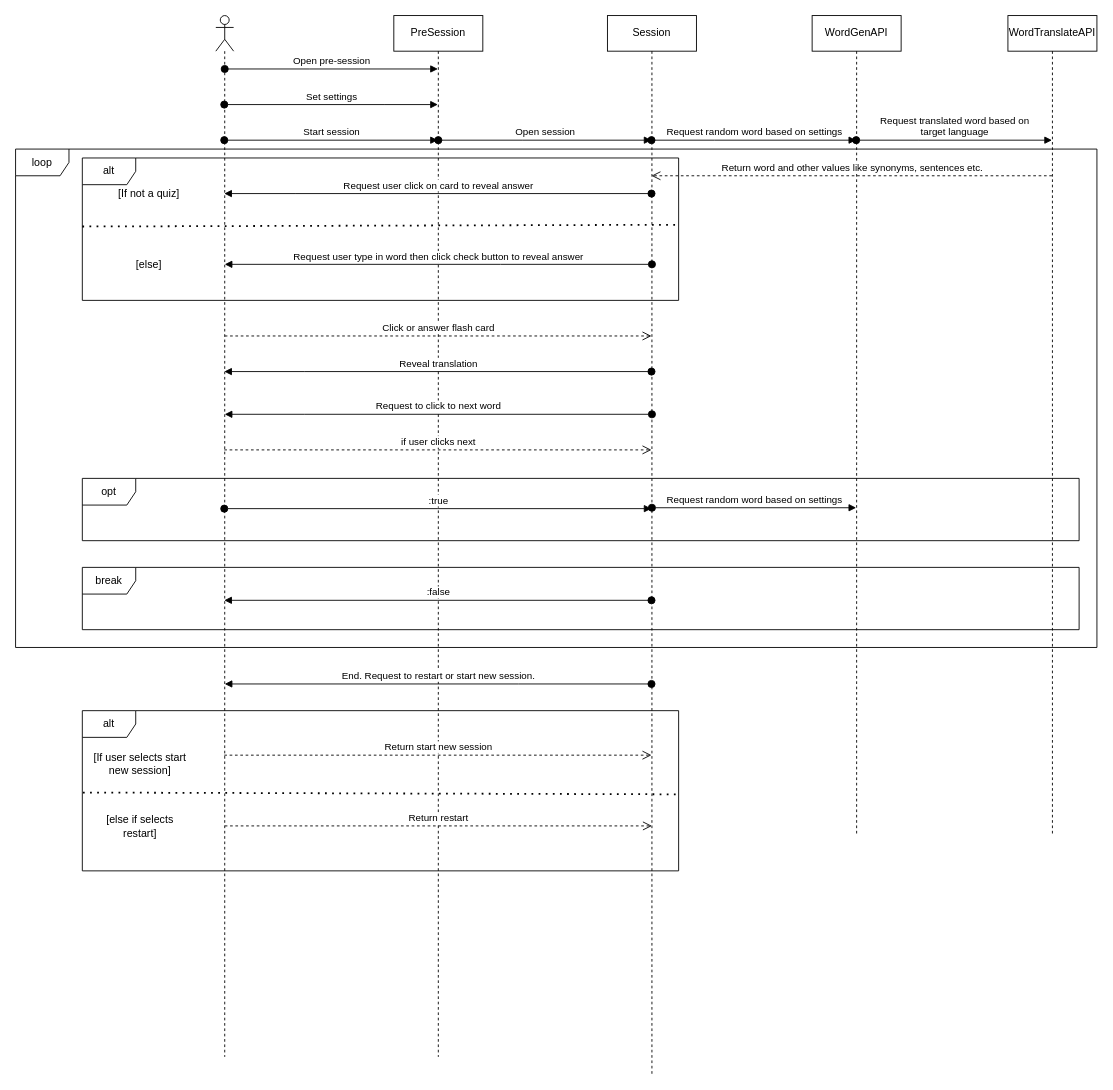
This is docs/diagrams/sequence/linguaFlashSessionSequenceDiagram.drawio from empty-works/lingua-flash, a draw.io file, before an edit. Source tidied: cells renumbered, new cells numbered last; positions are measured from the earlier drawing's top-left corner, leaving out a move shared by most shapes. Both pictures are drawn from the tidied source at 89%, with x=0, y=0 at pixel (15, 15).
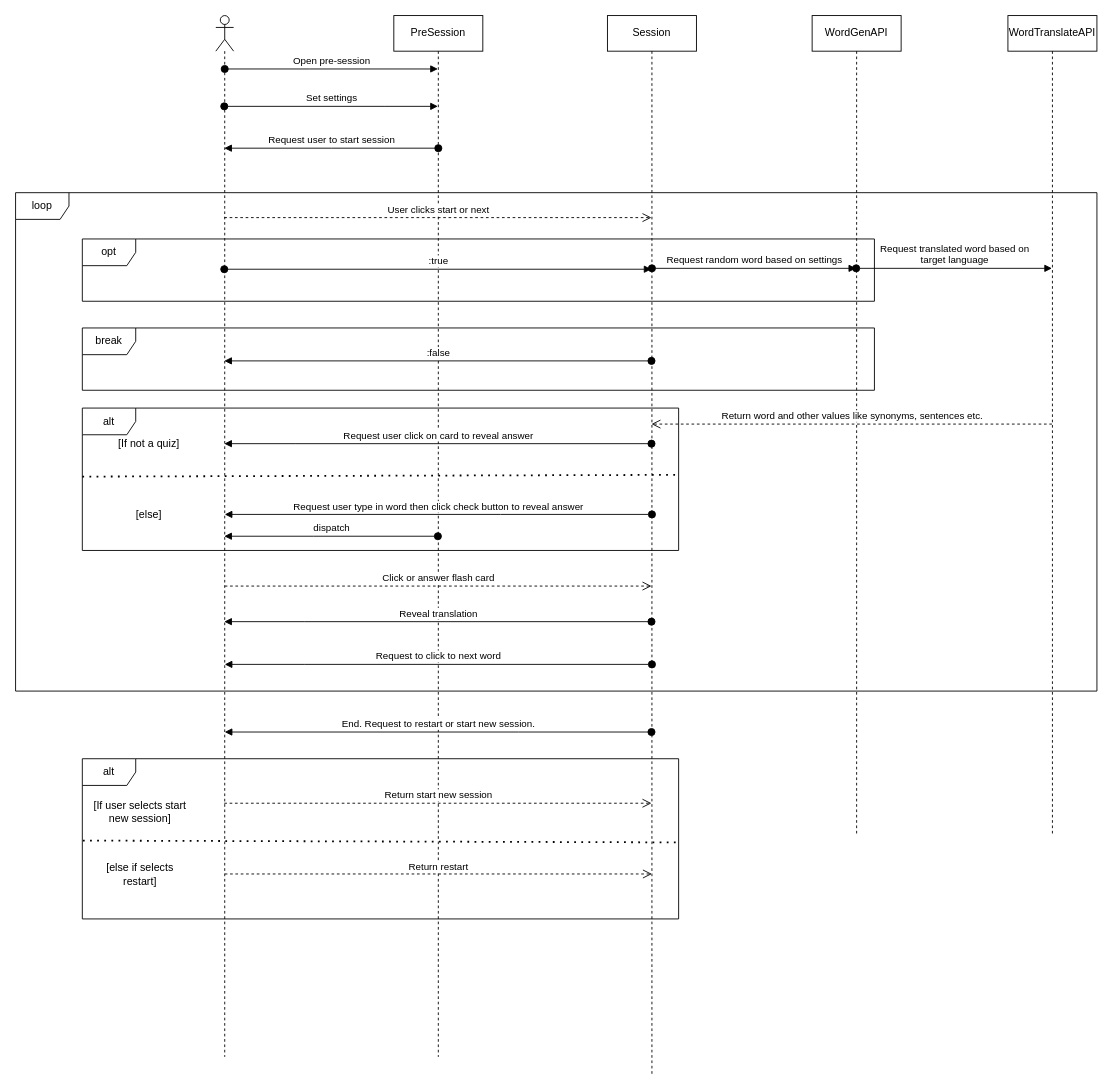
The same diagram, later.

Commit message:
Update linguaFlashSessionSequenceDiagram.drawio - updated diagram so the loop makes more sense

Unchanged cells that the change refers to:
```xml
<mxCell id="2" style="shape=umlLifeline;perimeter=lifelinePerimeter;whiteSpace=wrap;html=1;outlineConnect=0;portConstraint=eastwest;newEdgeStyle={&quot;edgeStyle&quot;:&quot;elbowEdgeStyle&quot;,&quot;elbow&quot;:&quot;vertical&quot;,&quot;curved&quot;:0,&quot;rounded&quot;:0};participant=umlActor;" parent="1" vertex="1">
  <mxGeometry x="225" width="20" height="1170" as="geometry" />
</mxCell>
<mxCell id="3" value="PreSession" style="shape=umlLifeline;perimeter=lifelinePerimeter;whiteSpace=wrap;html=1;outlineConnect=0;portConstraint=eastwest;newEdgeStyle={&quot;edgeStyle&quot;:&quot;elbowEdgeStyle&quot;,&quot;elbow&quot;:&quot;vertical&quot;,&quot;curved&quot;:0,&quot;rounded&quot;:0};" parent="1" vertex="1">
  <mxGeometry x="425" width="100" height="1170" as="geometry" />
</mxCell>
<mxCell id="6" value="Session" style="shape=umlLifeline;perimeter=lifelinePerimeter;whiteSpace=wrap;html=1;outlineConnect=0;portConstraint=eastwest;newEdgeStyle={&quot;edgeStyle&quot;:&quot;elbowEdgeStyle&quot;,&quot;elbow&quot;:&quot;vertical&quot;,&quot;curved&quot;:0,&quot;rounded&quot;:0};" parent="1" vertex="1">
  <mxGeometry x="665" width="100" height="1190" as="geometry" />
</mxCell>
<mxCell id="9" value="WordGenAPI" style="shape=umlLifeline;perimeter=lifelinePerimeter;whiteSpace=wrap;html=1;outlineConnect=0;portConstraint=eastwest;newEdgeStyle={&quot;edgeStyle&quot;:&quot;elbowEdgeStyle&quot;,&quot;elbow&quot;:&quot;vertical&quot;,&quot;curved&quot;:0,&quot;rounded&quot;:0};" parent="1" vertex="1">
  <mxGeometry x="895" width="100" height="920" as="geometry" />
</mxCell>
<mxCell id="10" value="WordTranslateAPI" style="shape=umlLifeline;perimeter=lifelinePerimeter;whiteSpace=wrap;html=1;outlineConnect=0;portConstraint=eastwest;newEdgeStyle={&quot;edgeStyle&quot;:&quot;elbowEdgeStyle&quot;,&quot;elbow&quot;:&quot;vertical&quot;,&quot;curved&quot;:0,&quot;rounded&quot;:0};" parent="1" vertex="1">
  <mxGeometry x="1115" width="100" height="920" as="geometry" />
</mxCell>
```

The edit, as a diff of the source:
```diff
@@
-    <mxCell id="5" value="Set settings" style="html=1;verticalAlign=bottom;startArrow=oval;startFill=1;endArrow=block;startSize=8;edgeStyle=elbowEdgeStyle;elbow=vertical;curved=0;rounded=0;" parent="1" edge="1" source="2" target="3">
+    <mxCell id="5" value="Set settings" style="html=1;verticalAlign=bottom;startArrow=oval;startFill=1;endArrow=block;startSize=8;edgeStyle=elbowEdgeStyle;elbow=vertical;curved=0;rounded=0;" parent="1" edge="1">
       <mxGeometry relative="1" as="geometry">
+        <mxPoint x="234.5" y="102" as="sourcePoint" />
+        <mxPoint x="474.5" y="102" as="targetPoint" />
         <Array as="points">
-          <mxPoint x="415" y="100" />
-          <mxPoint x="425" y="90" />
-          <mxPoint x="405" y="140" />
-          <mxPoint x="425" y="110" />
+          <mxPoint x="415" y="102" />
+          <mxPoint x="425" y="92" />
+          <mxPoint x="405" y="142" />
+          <mxPoint x="425" y="112" />
         </Array>
       </mxGeometry>
     </mxCell>
@@
-    <mxCell id="7" value="Start session" style="html=1;verticalAlign=bottom;startArrow=oval;startFill=1;endArrow=block;startSize=8;edgeStyle=elbowEdgeStyle;elbow=vertical;curved=0;rounded=0;" parent="1" edge="1" source="2" target="3">
-      <mxGeometry relative="1" as="geometry">
-        <Array as="points">
-          <mxPoint x="405" y="140" />
-        </Array>
-      </mxGeometry>
-    </mxCell>
-    <mxCell id="8" value="&lt;div&gt;Open session&lt;/div&gt;" style="html=1;verticalAlign=bottom;startArrow=oval;startFill=1;endArrow=block;startSize=8;edgeStyle=elbowEdgeStyle;elbow=vertical;curved=0;rounded=0;" parent="1" edge="1" target="6">
-      <mxGeometry relative="1" as="geometry">
-        <mxPoint x="475" y="140" as="sourcePoint" />
-      </mxGeometry>
-    </mxCell>
@@
-    <mxCell id="11" value="Request random word based on settings" style="html=1;verticalAlign=bottom;startArrow=oval;startFill=1;endArrow=block;startSize=8;edgeStyle=elbowEdgeStyle;elbow=vertical;curved=0;rounded=0;" parent="1" edge="1" source="6" target="9">
-      <mxGeometry relative="1" as="geometry">
-        <Array as="points">
-          <mxPoint x="785" y="140" />
-        </Array>
-      </mxGeometry>
-    </mxCell>
-    <mxCell id="12" value="&lt;div&gt;Request translated word based on &lt;br&gt;&lt;/div&gt;&lt;div&gt;target language&lt;br&gt;&lt;/div&gt;" style="html=1;verticalAlign=bottom;startArrow=oval;startFill=1;endArrow=block;startSize=8;edgeStyle=elbowEdgeStyle;elbow=vertical;curved=0;rounded=0;" parent="1" edge="1" source="9" target="10">
+    <mxCell id="12" value="&lt;div&gt;Request translated word based on &lt;br&gt;&lt;/div&gt;&lt;div&gt;target language&lt;br&gt;&lt;/div&gt;" style="html=1;verticalAlign=bottom;startArrow=oval;startFill=1;endArrow=block;startSize=8;edgeStyle=elbowEdgeStyle;elbow=vertical;curved=0;rounded=0;" parent="1" edge="1">
       <mxGeometry relative="1" as="geometry">
+        <mxPoint x="944.5" y="284" as="sourcePoint" />
+        <mxPoint x="1164.5" y="284" as="targetPoint" />
         <Array as="points">
-          <mxPoint x="1015" y="140" />
-          <mxPoint x="975" y="130" />
+          <mxPoint x="1015" y="284" />
+          <mxPoint x="975" y="274" />
         </Array>
       </mxGeometry>
     </mxCell>
-    <mxCell id="13" value="Return word and other values like synonyms, sentences etc." style="html=1;verticalAlign=bottom;endArrow=open;dashed=1;endSize=8;edgeStyle=elbowEdgeStyle;elbow=vertical;curved=0;rounded=0;" parent="1" edge="1" source="10" target="6">
+    <mxCell id="13" value="Return word and other values like synonyms, sentences etc." style="html=1;verticalAlign=bottom;endArrow=open;dashed=1;endSize=8;edgeStyle=elbowEdgeStyle;elbow=vertical;curved=0;rounded=0;" parent="1" edge="1">
       <mxGeometry relative="1" as="geometry">
+        <mxPoint x="1164.5" y="459" as="sourcePoint" />
+        <mxPoint x="714.5" y="459" as="targetPoint" />
         <Array as="points">
-          <mxPoint x="795" y="180" />
+          <mxPoint x="775" y="459" />
+          <mxPoint x="795" y="279" />
         </Array>
       </mxGeometry>
     </mxCell>
-    <mxCell id="14" value="Request user click on card to reveal answer" style="html=1;verticalAlign=bottom;startArrow=oval;startFill=1;endArrow=block;startSize=8;edgeStyle=elbowEdgeStyle;elbow=vertical;curved=0;rounded=0;" parent="1" edge="1" source="6" target="2">
+    <mxCell id="14" value="Request user click on card to reveal answer" style="html=1;verticalAlign=bottom;startArrow=oval;startFill=1;endArrow=block;startSize=8;edgeStyle=elbowEdgeStyle;elbow=vertical;curved=0;rounded=0;" parent="1" edge="1">
       <mxGeometry relative="1" as="geometry">
+        <mxPoint x="714.5" y="481" as="sourcePoint" />
+        <mxPoint x="234.5" y="481" as="targetPoint" />
         <Array as="points">
-          <mxPoint x="315" y="200" />
-          <mxPoint x="545" y="180" />
+          <mxPoint x="315" y="481" />
+          <mxPoint x="545" y="461" />
         </Array>
       </mxGeometry>
     </mxCell>
     <mxCell id="15" value="alt" style="shape=umlFrame;whiteSpace=wrap;html=1;" parent="1" vertex="1">
-      <mxGeometry x="75" y="160" width="670" height="160" as="geometry" />
+      <mxGeometry x="75" y="441" width="670" height="160" as="geometry" />
     </mxCell>
     <mxCell id="16" style="endArrow=none;dashed=1;html=1;dashPattern=1 3;strokeWidth=2;rounded=0;entryX=1.003;entryY=0.469;entryDx=0;entryDy=0;entryPerimeter=0;" parent="1" edge="1" target="15">
       <mxGeometry relative="1" as="geometry">
-        <mxPoint x="75" y="237" as="sourcePoint" />
+        <mxPoint x="75" y="518" as="sourcePoint" />
       </mxGeometry>
     </mxCell>
     <mxCell id="17" value="[If not a quiz]" style="text;html=1;strokeColor=none;fillColor=none;align=center;verticalAlign=middle;whiteSpace=wrap;rounded=0;" parent="1" vertex="1">
-      <mxGeometry x="95" y="180" width="110" height="40" as="geometry" />
+      <mxGeometry x="95" y="461" width="110" height="40" as="geometry" />
     </mxCell>
     <mxCell id="18" value="[else]" style="text;html=1;strokeColor=none;fillColor=none;align=center;verticalAlign=middle;whiteSpace=wrap;rounded=0;" parent="1" vertex="1">
-      <mxGeometry x="95" y="260" width="110" height="40" as="geometry" />
+      <mxGeometry x="95" y="541" width="110" height="40" as="geometry" />
     </mxCell>
     <mxCell id="19" value="Request user type in word then click check button to reveal answer" style="html=1;verticalAlign=bottom;startArrow=oval;startFill=1;endArrow=block;startSize=8;edgeStyle=elbowEdgeStyle;elbow=vertical;curved=0;rounded=0;" parent="1" edge="1">
       <mxGeometry relative="1" as="geometry">
-        <mxPoint x="715" y="279.5" as="sourcePoint" />
-        <mxPoint x="235" y="279.5" as="targetPoint" />
+        <mxPoint x="715" y="560.5" as="sourcePoint" />
+        <mxPoint x="235" y="560.5" as="targetPoint" />
         <Array as="points">
-          <mxPoint x="545" y="279.5" />
+          <mxPoint x="545" y="560.5" />
         </Array>
       </mxGeometry>
     </mxCell>
-    <mxCell id="20" value="Click or answer flash card" style="html=1;verticalAlign=bottom;endArrow=open;dashed=1;endSize=8;edgeStyle=elbowEdgeStyle;elbow=vertical;curved=0;rounded=0;" parent="1" edge="1" target="6">
+    <mxCell id="20" value="Click or answer flash card" style="html=1;verticalAlign=bottom;endArrow=open;dashed=1;endSize=8;edgeStyle=elbowEdgeStyle;elbow=vertical;curved=0;rounded=0;" parent="1" edge="1">
       <mxGeometry relative="1" as="geometry">
-        <mxPoint x="235" y="360" as="sourcePoint" />
+        <mxPoint x="235" y="641" as="sourcePoint" />
+        <mxPoint x="714.5" y="641" as="targetPoint" />
       </mxGeometry>
     </mxCell>
-    <mxCell id="21" value="Reveal translation" style="html=1;verticalAlign=bottom;startArrow=oval;startFill=1;endArrow=block;startSize=8;edgeStyle=elbowEdgeStyle;elbow=vertical;curved=0;rounded=0;" parent="1" edge="1" source="6" target="2">
+    <mxCell id="21" value="Reveal translation" style="html=1;verticalAlign=bottom;startArrow=oval;startFill=1;endArrow=block;startSize=8;edgeStyle=elbowEdgeStyle;elbow=vertical;curved=0;rounded=0;" parent="1" edge="1">
       <mxGeometry relative="1" as="geometry">
+        <mxPoint x="714.5" y="681" as="sourcePoint" />
+        <mxPoint x="234.5" y="681" as="targetPoint" />
         <Array as="points">
-          <mxPoint x="325" y="400" />
+          <mxPoint x="325" y="681" />
         </Array>
       </mxGeometry>
     </mxCell>
     <mxCell id="22" value="Request to click to next word" style="html=1;verticalAlign=bottom;startArrow=oval;startFill=1;endArrow=block;startSize=8;edgeStyle=elbowEdgeStyle;elbow=vertical;curved=0;rounded=0;" parent="1" edge="1">
       <mxGeometry relative="1" as="geometry">
-        <mxPoint x="715" y="448" as="sourcePoint" />
-        <mxPoint x="235" y="448" as="targetPoint" />
+        <mxPoint x="715" y="729" as="sourcePoint" />
+        <mxPoint x="235" y="729" as="targetPoint" />
         <Array as="points">
-          <mxPoint x="325" y="448" />
+          <mxPoint x="325" y="729" />
         </Array>
       </mxGeometry>
     </mxCell>
     <mxCell id="23" value="opt" style="shape=umlFrame;whiteSpace=wrap;html=1;" parent="1" vertex="1">
-      <mxGeometry x="75" y="520" width="1120" height="70" as="geometry" />
+      <mxGeometry x="75" y="251" width="890" height="70" as="geometry" />
     </mxCell>
     <mxCell id="24" value="[If user selects start new session]" style="text;html=1;strokeColor=none;fillColor=none;align=center;verticalAlign=middle;whiteSpace=wrap;rounded=0;" parent="1" vertex="1">
-      <mxGeometry x="85" y="821" width="110" height="40" as="geometry" />
+      <mxGeometry x="85" y="875" width="110" height="40" as="geometry" />
     </mxCell>
     <mxCell id="25" value="End. Request to restart or start new session." style="html=1;verticalAlign=bottom;startArrow=oval;startFill=1;endArrow=block;startSize=8;edgeStyle=elbowEdgeStyle;elbow=vertical;curved=0;rounded=0;" parent="1" edge="1">
       <mxGeometry relative="1" as="geometry">
-        <mxPoint x="714.5" y="751" as="sourcePoint" />
-        <mxPoint x="235" y="751" as="targetPoint" />
+        <mxPoint x="714.5" y="805" as="sourcePoint" />
+        <mxPoint x="235" y="805" as="targetPoint" />
         <Array as="points">
-          <mxPoint x="565" y="751" />
+          <mxPoint x="565" y="805" />
         </Array>
       </mxGeometry>
     </mxCell>
     <mxCell id="26" value="alt" style="shape=umlFrame;whiteSpace=wrap;html=1;" parent="1" vertex="1">
-      <mxGeometry x="75" y="781" width="670" height="180" as="geometry" />
+      <mxGeometry x="75" y="835" width="670" height="180" as="geometry" />
     </mxCell>
     <mxCell id="27" value="[else if selects restart]" style="text;html=1;strokeColor=none;fillColor=none;align=center;verticalAlign=middle;whiteSpace=wrap;rounded=0;" parent="1" vertex="1">
-      <mxGeometry x="85" y="891" width="110" height="40" as="geometry" />
+      <mxGeometry x="85" y="945" width="110" height="40" as="geometry" />
     </mxCell>
     <mxCell id="28" style="endArrow=none;dashed=1;html=1;dashPattern=1 3;strokeWidth=2;rounded=0;exitX=0.001;exitY=0.511;exitDx=0;exitDy=0;exitPerimeter=0;" parent="1" edge="1" source="26">
       <mxGeometry relative="1" as="geometry">
-        <mxPoint x="745" y="875" as="targetPoint" />
+        <mxPoint x="745" y="929" as="targetPoint" />
       </mxGeometry>
     </mxCell>
     <mxCell id="29" value="Return start new session" style="html=1;verticalAlign=bottom;endArrow=open;dashed=1;endSize=8;edgeStyle=elbowEdgeStyle;elbow=vertical;curved=0;rounded=0;" parent="1" edge="1">
       <mxGeometry relative="1" as="geometry">
-        <mxPoint x="234.5" y="831" as="sourcePoint" />
-        <mxPoint x="714.5" y="831" as="targetPoint" />
+        <mxPoint x="234.5" y="885" as="sourcePoint" />
+        <mxPoint x="714.5" y="885" as="targetPoint" />
         <Array as="points">
-          <mxPoint x="535" y="831" />
+          <mxPoint x="535" y="885" />
         </Array>
       </mxGeometry>
     </mxCell>
     <mxCell id="30" value="Return restart" style="html=1;verticalAlign=bottom;endArrow=open;dashed=1;endSize=8;edgeStyle=elbowEdgeStyle;elbow=vertical;curved=0;rounded=0;" parent="1" edge="1">
       <mxGeometry relative="1" as="geometry">
-        <mxPoint x="235" y="910.5" as="sourcePoint" />
-        <mxPoint x="715" y="910.5" as="targetPoint" />
+        <mxPoint x="235" y="964.5" as="sourcePoint" />
+        <mxPoint x="715" y="964.5" as="targetPoint" />
         <Array as="points">
-          <mxPoint x="535" y="910.5" />
+          <mxPoint x="535" y="964.5" />
         </Array>
       </mxGeometry>
     </mxCell>
     <mxCell id="31" value="loop" style="shape=umlFrame;whiteSpace=wrap;html=1;" parent="1" vertex="1">
-      <mxGeometry y="150" width="1215" height="560" as="geometry" />
+      <mxGeometry y="199" width="1215" height="560" as="geometry" />
     </mxCell>
     <mxCell id="32" value="break" style="shape=umlFrame;whiteSpace=wrap;html=1;" parent="1" vertex="1">
-      <mxGeometry x="75" y="620" width="1120" height="70" as="geometry" />
+      <mxGeometry x="75" y="351" width="890" height="70" as="geometry" />
     </mxCell>
-    <mxCell id="33" value="if user clicks next" style="html=1;verticalAlign=bottom;endArrow=open;dashed=1;endSize=8;edgeStyle=elbowEdgeStyle;elbow=vertical;curved=0;rounded=0;" parent="1" edge="1">
+    <mxCell id="33" value="User clicks start or next" style="html=1;verticalAlign=bottom;endArrow=open;dashed=1;endSize=8;edgeStyle=elbowEdgeStyle;elbow=vertical;curved=0;rounded=0;" parent="1" edge="1">
       <mxGeometry relative="1" as="geometry">
-        <mxPoint x="234.5" y="488" as="sourcePoint" />
-        <mxPoint x="714.5" y="488" as="targetPoint" />
+        <mxPoint x="234.5" y="227" as="sourcePoint" />
+        <mxPoint x="714.5" y="227" as="targetPoint" />
       </mxGeometry>
     </mxCell>
-    <mxCell id="34" value="Request random word based on settings" style="html=1;verticalAlign=bottom;startArrow=oval;startFill=1;endArrow=block;startSize=8;edgeStyle=elbowEdgeStyle;elbow=vertical;curved=0;rounded=0;" parent="1" edge="1" target="9">
+    <mxCell id="34" value="Request random word based on settings" style="html=1;verticalAlign=bottom;startArrow=oval;startFill=1;endArrow=block;startSize=8;edgeStyle=elbowEdgeStyle;elbow=vertical;curved=0;rounded=0;" parent="1" edge="1">
       <mxGeometry relative="1" as="geometry">
-        <mxPoint x="715" y="553" as="sourcePoint" />
+        <mxPoint x="715" y="284" as="sourcePoint" />
+        <mxPoint x="944.5" y="284" as="targetPoint" />
       </mxGeometry>
     </mxCell>
     <mxCell id="35" value=":true" style="html=1;verticalAlign=bottom;startArrow=oval;startFill=1;endArrow=block;startSize=8;edgeStyle=elbowEdgeStyle;elbow=vertical;curved=0;rounded=0;" parent="1" edge="1">
       <mxGeometry relative="1" as="geometry">
-        <mxPoint x="234.5" y="554" as="sourcePoint" />
-        <mxPoint x="714.5" y="554" as="targetPoint" />
+        <mxPoint x="234.5" y="285" as="sourcePoint" />
+        <mxPoint x="714.5" y="285" as="targetPoint" />
       </mxGeometry>
     </mxCell>
     <mxCell id="36" value=":false" style="html=1;verticalAlign=bottom;startArrow=oval;startFill=1;endArrow=block;startSize=8;edgeStyle=elbowEdgeStyle;elbow=vertical;curved=0;rounded=0;" parent="1" edge="1">
       <mxGeometry relative="1" as="geometry">
-        <mxPoint x="714.5" y="657" as="sourcePoint" />
-        <mxPoint x="234.5" y="657" as="targetPoint" />
+        <mxPoint x="714.5" y="388" as="sourcePoint" />
+        <mxPoint x="234.5" y="388" as="targetPoint" />
       </mxGeometry>
     </mxCell>
+    <mxCell id="37" value="dispatch" style="html=1;verticalAlign=bottom;startArrow=oval;startFill=1;endArrow=block;startSize=8;edgeStyle=elbowEdgeStyle;elbow=vertical;curved=0;rounded=0;" parent="1" edge="1" source="3" target="2">
+      <mxGeometry relative="1" as="geometry" />
+    </mxCell>
+    <mxCell id="38" value="Request user to start session" style="html=1;verticalAlign=bottom;startArrow=oval;startFill=1;endArrow=block;startSize=8;edgeStyle=elbowEdgeStyle;elbow=vertical;curved=0;rounded=0;" parent="1" edge="1">
+      <mxGeometry relative="1" as="geometry">
+        <mxPoint x="475" y="149" as="sourcePoint" />
+        <mxPoint x="234.5" y="149" as="targetPoint" />
+      </mxGeometry>
+    </mxCell>
```
